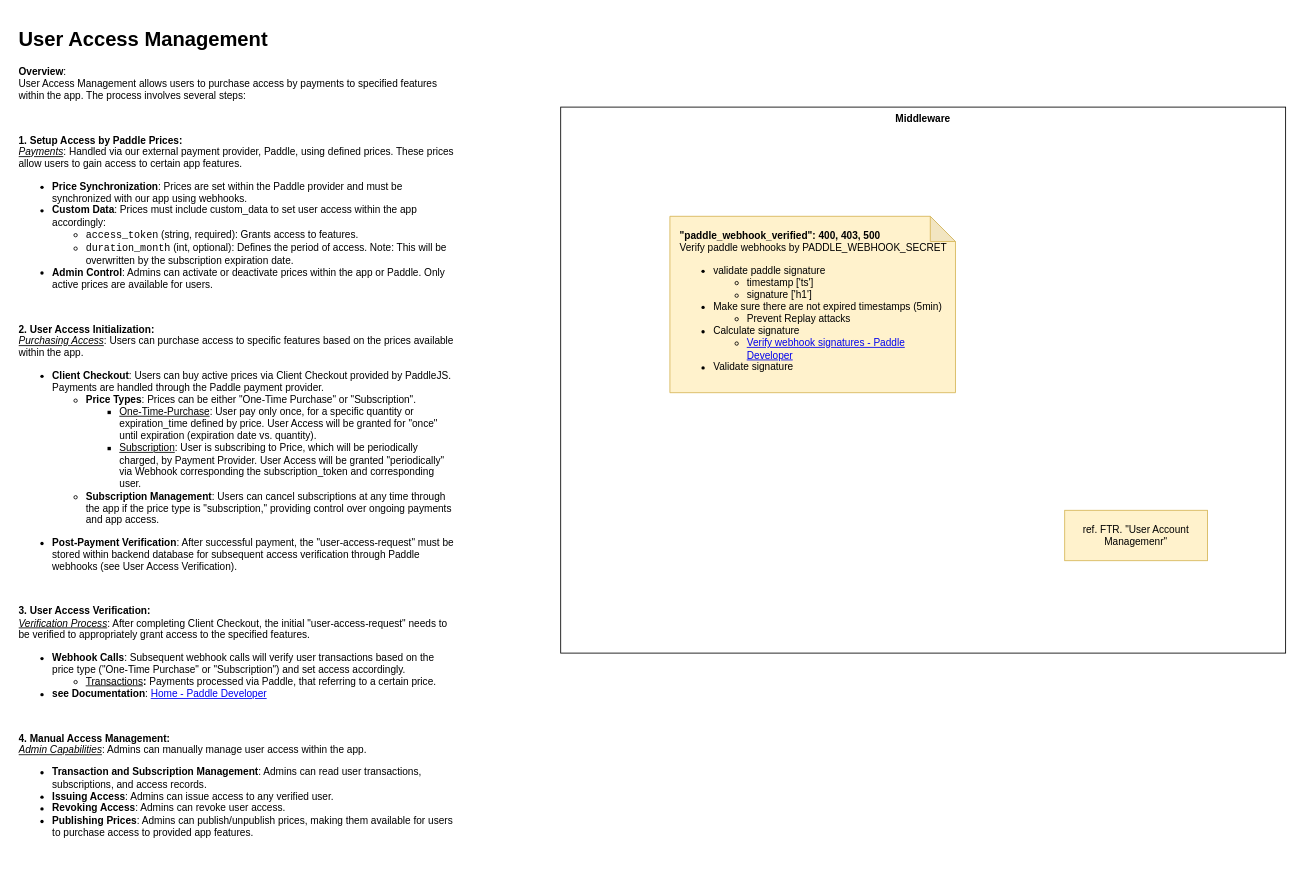
The draw.io diagram page "Feature Definition" (1 of 6) of docs/Feature Defintions/02 - User Access Management.drawio in CarlsonBuma/app-template, before the edit. Source tidied: cells renumbered, new cells numbered last; positions are measured from the earlier drawing's top-left corner, leaving out a move shared by most shapes. Both pictures are drawn from the tidied source at 84%, with x=0, y=0 at pixel (14, 23).
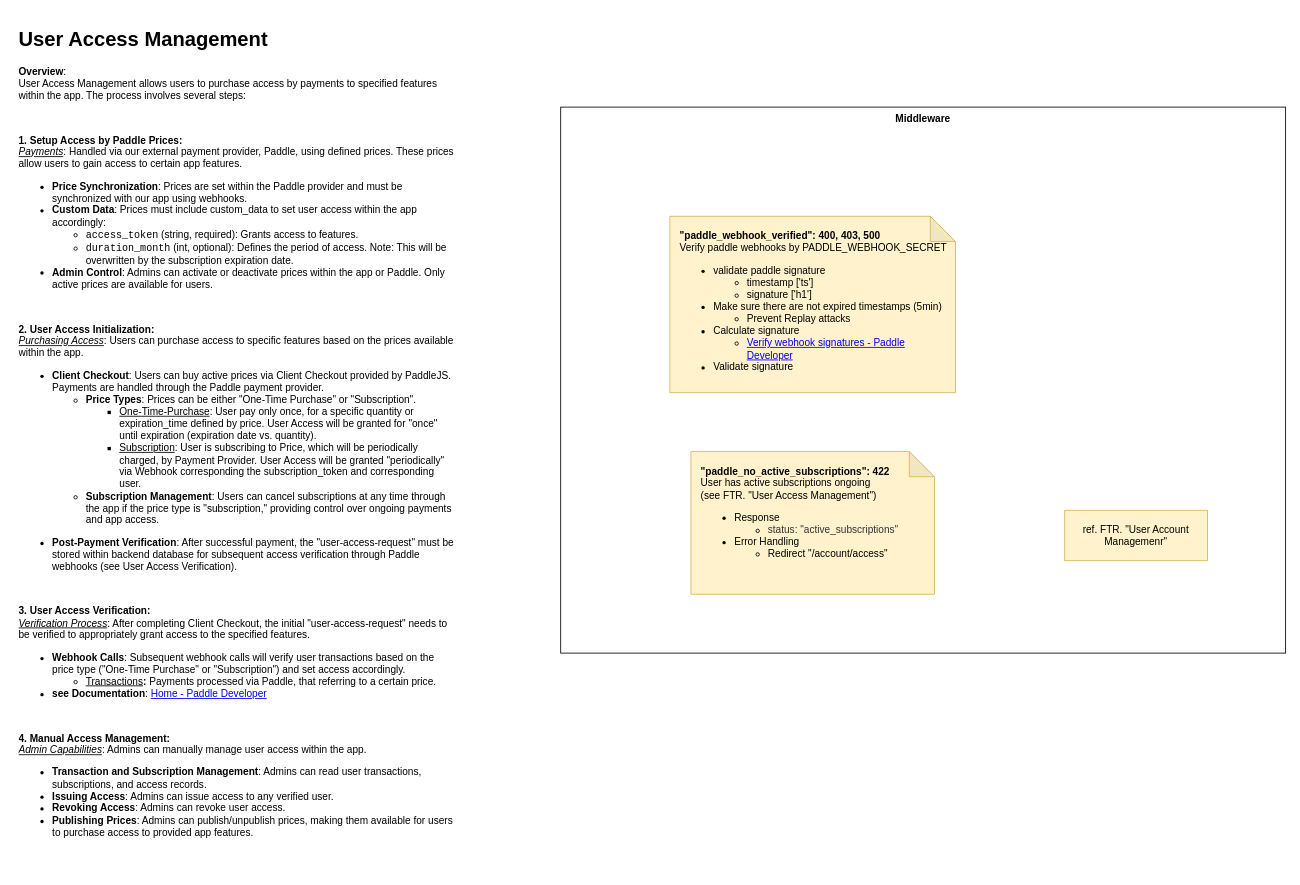
The same page after the edit.

What changed in the source:
```diff
@@
 <mxGraphModel>
   <root>
     <mxCell id="0" />
     <mxCell id="1" parent="0" />
     <mxCell id="2" value="&lt;h1&gt;User Access Management&lt;/h1&gt;&lt;p&gt;&lt;b&gt;Overview&lt;/b&gt;:&lt;br&gt;&lt;span style=&quot;background-color: initial;&quot;&gt;User Access Management allows users to purchase access by payments to specified features within the app. The process involves several steps:&lt;/span&gt;&lt;/p&gt;&lt;p&gt;&lt;b&gt;&lt;br&gt;&lt;/b&gt;&lt;/p&gt;&lt;p&gt;&lt;strong&gt;1. Setup Access by Paddle Prices:&lt;br&gt;&lt;/strong&gt;&lt;span style=&quot;background-color: initial;&quot;&gt;&lt;u&gt;&lt;i&gt;Payments&lt;/i&gt;&lt;/u&gt;&lt;/span&gt;&lt;span style=&quot;background-color: initial;&quot;&gt;: Handled via our external payment provider, Paddle, using defined prices. These prices allow users to gain access to certain app features.&lt;/span&gt;&lt;/p&gt;&lt;ul&gt;&lt;li&gt;&lt;strong style=&quot;background-color: initial;&quot;&gt;Price Synchronization&lt;/strong&gt;&lt;span style=&quot;background-color: initial;&quot;&gt;: Prices are set within the Paddle provider and must be synchronized with our app using webhooks.&lt;/span&gt;&lt;/li&gt;&lt;li&gt;&lt;strong style=&quot;background-color: initial;&quot;&gt;Custom Data&lt;/strong&gt;&lt;span style=&quot;background-color: initial;&quot;&gt;: Prices must include custom_data to set user access within the app accordingly:&lt;/span&gt;&lt;/li&gt;&lt;ul&gt;&lt;li&gt;&lt;code style=&quot;background-color: initial;&quot;&gt;access_token&lt;/code&gt;&lt;span style=&quot;background-color: initial;&quot;&gt; (string, required): Grants access to features.&lt;/span&gt;&lt;/li&gt;&lt;li&gt;&lt;code style=&quot;background-color: initial;&quot;&gt;duration_month&lt;/code&gt;&lt;span style=&quot;background-color: initial;&quot;&gt; (int, optional): Defines the period of access. Note: This will be overwritten by the subscription expiration date.&lt;/span&gt;&lt;/li&gt;&lt;/ul&gt;&lt;li&gt;&lt;strong style=&quot;background-color: initial;&quot;&gt;Admin Control&lt;/strong&gt;&lt;span style=&quot;background-color: initial;&quot;&gt;: Admins can activate or deactivate prices within the app or Paddle. Only active prices are available for users.&lt;/span&gt;&lt;br&gt;&lt;/li&gt;&lt;/ul&gt;&lt;div&gt;&lt;br&gt;&lt;/div&gt;&lt;p&gt;&lt;strong&gt;2. User Access Initialization:&lt;br&gt;&lt;/strong&gt;&lt;span style=&quot;background-color: initial;&quot;&gt;&lt;u&gt;&lt;i&gt;Purchasing Access&lt;/i&gt;&lt;/u&gt;&lt;/span&gt;&lt;span style=&quot;background-color: initial;&quot;&gt;: Users can purchase access to specific features based on the prices available within the app.&lt;/span&gt;&lt;/p&gt;&lt;ul&gt;&lt;li&gt;&lt;strong style=&quot;background-color: initial;&quot;&gt;Client Checkout&lt;/strong&gt;&lt;span style=&quot;background-color: initial;&quot;&gt;: Users can buy active prices via Client Checkout provided by PaddleJS. Payments are handled through the Paddle payment provider.&lt;/span&gt;&lt;/li&gt;&lt;ul&gt;&lt;li&gt;&lt;strong style=&quot;background-color: initial;&quot;&gt;Price Types&lt;/strong&gt;&lt;span style=&quot;background-color: initial;&quot;&gt;: Prices can be either &quot;One-Time Purchase&quot; or &quot;Subscription&quot;.&lt;/span&gt;&lt;/li&gt;&lt;ul&gt;&lt;li&gt;&lt;u style=&quot;background-color: initial; border-color: var(--border-color);&quot;&gt;One-Time-Purchase&lt;/u&gt;&lt;span style=&quot;background-color: initial;&quot;&gt;: User pay only once, for a specific quantity or expiration_time defined by price. User Access will be granted for &quot;once&quot; until expiration (expiration date vs. quantity).&lt;/span&gt;&lt;/li&gt;&lt;li&gt;&lt;u style=&quot;background-color: initial; border-color: var(--border-color);&quot;&gt;Subscription&lt;/u&gt;&lt;span style=&quot;background-color: initial;&quot;&gt;: User is subscribing to Price, which will be periodically charged, by Payment Provider. User Access will be granted &quot;periodically&quot; via Webhook corresponding the subscription_token and corresponding user.&lt;/span&gt;&lt;/li&gt;&lt;/ul&gt;&lt;li&gt;&lt;strong style=&quot;background-color: initial;&quot;&gt;Subscription Management&lt;/strong&gt;&lt;span style=&quot;background-color: initial;&quot;&gt;: Users can cancel subscriptions at any time through the app if the price type is &quot;subscription,&quot; providing control over ongoing payments and app access.&lt;/span&gt;&lt;br&gt;&lt;/li&gt;&lt;/ul&gt;&lt;li&gt;&lt;p&gt;&lt;strong&gt;Post-Payment Verification&lt;/strong&gt;: After successful payment, the &quot;user-access-request&quot; must be stored within backend database for subsequent access verification through Paddle webhooks (see User Access Verification).&lt;/p&gt;&lt;/li&gt;&lt;/ul&gt;&lt;div&gt;&lt;br&gt;&lt;/div&gt;&lt;p&gt;&lt;strong&gt;3. User Access Verification:&lt;br&gt;&lt;/strong&gt;&lt;span style=&quot;background-color: initial;&quot;&gt;&lt;i&gt;&lt;u&gt;Verification Process&lt;/u&gt;&lt;/i&gt;&lt;/span&gt;&lt;span style=&quot;background-color: initial;&quot;&gt;: After completing Client Checkout, the initial &quot;user-access-request&quot; needs to be verified to appropriately grant access to the specified features.&lt;/span&gt;&lt;/p&gt;&lt;p&gt;&lt;/p&gt;&lt;ul&gt;&lt;li&gt;&lt;strong style=&quot;background-color: initial;&quot;&gt;Webhook Calls&lt;/strong&gt;&lt;span style=&quot;background-color: initial;&quot;&gt;: Subsequent webhook calls will verify user transactions based on the price type (&quot;One-Time Purchase&quot; or &quot;Subscription&quot;) and set access accordingly.&lt;/span&gt;&lt;/li&gt;&lt;ul&gt;&lt;li&gt;&lt;u&gt;Transactions&lt;/u&gt;&lt;b&gt;:&amp;nbsp;&lt;/b&gt;Payments processed via Paddle, that referring to a certain price.&amp;nbsp;&lt;/li&gt;&lt;/ul&gt;&lt;li&gt;&lt;span style=&quot;background-color: initial;&quot;&gt;&lt;b style=&quot;border-color: var(--border-color);&quot;&gt;see Documentation&lt;/b&gt;:&amp;nbsp;&lt;a style=&quot;border-color: var(--border-color);&quot; href=&quot;https://developer.paddle.com/&quot;&gt;Home - Paddle Developer&lt;/a&gt;&lt;br&gt;&lt;/span&gt;&lt;/li&gt;&lt;/ul&gt;&lt;div&gt;&lt;br&gt;&lt;/div&gt;&lt;p&gt;&lt;/p&gt;&lt;p&gt;&lt;strong&gt;4. Manual Access Management:&lt;br&gt;&lt;/strong&gt;&lt;span style=&quot;background-color: initial;&quot;&gt;&lt;i&gt;&lt;u&gt;Admin Capabilities&lt;/u&gt;&lt;/i&gt;&lt;/span&gt;&lt;span style=&quot;background-color: initial;&quot;&gt;: Admins can manually manage user access within the app.&lt;/span&gt;&lt;/p&gt;&lt;ul style=&quot;border-color: var(--border-color);&quot;&gt;&lt;li&gt;&lt;strong style=&quot;background-color: initial;&quot;&gt;Transaction and Subscription Management&lt;/strong&gt;&lt;span style=&quot;background-color: initial;&quot;&gt;: Admins can read user transactions, subscriptions, and access records.&lt;/span&gt;&lt;/li&gt;&lt;li&gt;&lt;strong style=&quot;background-color: initial;&quot;&gt;Issuing Access&lt;/strong&gt;&lt;span style=&quot;background-color: initial;&quot;&gt;: Admins can issue access to any verified user.&lt;/span&gt;&lt;/li&gt;&lt;li&gt;&lt;strong style=&quot;background-color: initial;&quot;&gt;Revoking Access&lt;/strong&gt;&lt;span style=&quot;background-color: initial;&quot;&gt;: Admins can revoke user access.&lt;/span&gt;&lt;/li&gt;&lt;li&gt;&lt;strong style=&quot;background-color: initial;&quot;&gt;Publishing Prices&lt;/strong&gt;&lt;span style=&quot;background-color: initial;&quot;&gt;: Admins can publish/unpublish prices, making them available for users to purchase access to provided app features.&lt;/span&gt;&lt;/li&gt;&lt;/ul&gt;" style="text;html=1;strokeColor=none;fillColor=none;spacing=5;spacingTop=-20;whiteSpace=wrap;overflow=hidden;rounded=0;" parent="1" vertex="1">
       <mxGeometry width="530" height="1010" as="geometry" />
     </mxCell>
     <mxCell id="3" value="&lt;b&gt;Middleware&lt;/b&gt;" style="rounded=0;whiteSpace=wrap;html=1;verticalAlign=top;" parent="1" vertex="1">
       <mxGeometry x="650" y="100" width="863" height="650" as="geometry" />
     </mxCell>
     <mxCell id="4" value="&lt;b&gt;&quot;paddle_webhook_verified&quot;: 400, 403, 500&lt;/b&gt;&lt;br&gt;Verify paddle webhooks by&amp;nbsp;PADDLE_WEBHOOK_SECRET&lt;br&gt;&lt;ul&gt;&lt;li&gt;validate paddle signature&lt;/li&gt;&lt;ul&gt;&lt;li&gt;timestamp ['ts']&lt;/li&gt;&lt;li&gt;signature ['h1']&lt;/li&gt;&lt;/ul&gt;&lt;li&gt;Make sure there are not expired timestamps (5min)&lt;/li&gt;&lt;ul&gt;&lt;li&gt;Prevent Replay attacks&lt;/li&gt;&lt;/ul&gt;&lt;li&gt;Calculate signature&lt;/li&gt;&lt;ul&gt;&lt;li&gt;&lt;a href=&quot;https://developer.paddle.com/webhooks/signature-verification&quot;&gt;Verify webhook signatures - Paddle Developer&lt;/a&gt;&lt;br&gt;&lt;/li&gt;&lt;/ul&gt;&lt;li&gt;Validate signature&lt;/li&gt;&lt;/ul&gt;" style="shape=note;whiteSpace=wrap;html=1;backgroundOutline=1;darkOpacity=0.05;align=left;verticalAlign=top;spacing=12;fillColor=#fff2cc;strokeColor=#d6b656;" parent="1" vertex="1">
       <mxGeometry x="780" y="230" width="340" height="210" as="geometry" />
     </mxCell>
     <mxCell id="5" value="ref. FTR. &quot;User Account Managemenr&quot;" style="rounded=0;whiteSpace=wrap;html=1;fillColor=#fff2cc;strokeColor=#d6b656;" parent="1" vertex="1">
       <mxGeometry x="1250" y="580" width="170" height="60" as="geometry" />
     </mxCell>
+    <mxCell id="6" value="&lt;b&gt;&quot;paddle_no_active_subscriptions&quot;: 422&lt;/b&gt;&lt;br&gt;User has active subscriptions ongoing &lt;br&gt;(see FTR. &quot;User Access Management&quot;)&lt;br&gt;&lt;ul&gt;&lt;li style=&quot;border-color: var(--border-color);&quot;&gt;Response&lt;/li&gt;&lt;ul style=&quot;border-color: var(--border-color);&quot;&gt;&lt;li style=&quot;border-color: var(--border-color);&quot;&gt;&lt;span style=&quot;border-color: var(--border-color); color: rgb(51, 51, 51);&quot;&gt;status: &quot;active_subscriptions&quot;&lt;/span&gt;&lt;/li&gt;&lt;/ul&gt;&lt;li&gt;Error Handling&lt;/li&gt;&lt;ul&gt;&lt;li style=&quot;border-color: var(--border-color);&quot;&gt;Redirect &quot;/account/access&quot;&lt;/li&gt;&lt;/ul&gt;&lt;/ul&gt;" style="shape=note;whiteSpace=wrap;html=1;backgroundOutline=1;darkOpacity=0.05;align=left;verticalAlign=top;spacing=12;fillColor=#fff2cc;strokeColor=#d6b656;" parent="1" vertex="1">
+      <mxGeometry x="805" y="510" width="290" height="170" as="geometry" />
+    </mxCell>
   </root>
 </mxGraphModel>
```
